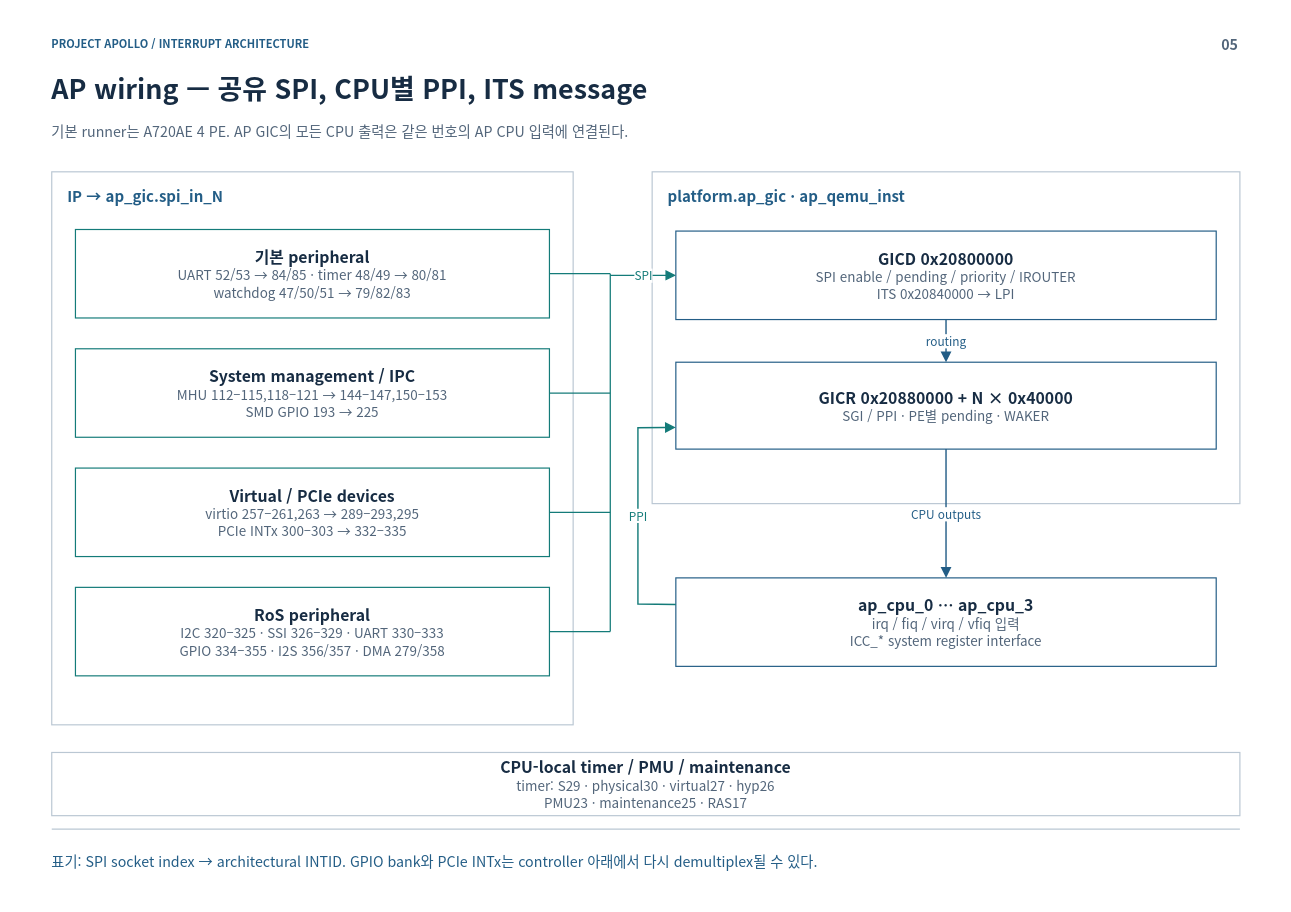
The draw.io diagram page "05-ap-wiring" (5 of 32) of doc/phase1/interrupt/apollo-interrupt-architecture.drawio in cometzero/project-apollo, before the edit. Source tidied: cells renumbered, new cells numbered last; positions are measured from the earlier drawing's top-left corner, leaving out a move shared by most shapes. Both pictures are drawn from the tidied source at 79%, with x=0, y=0 at pixel (13, 13).
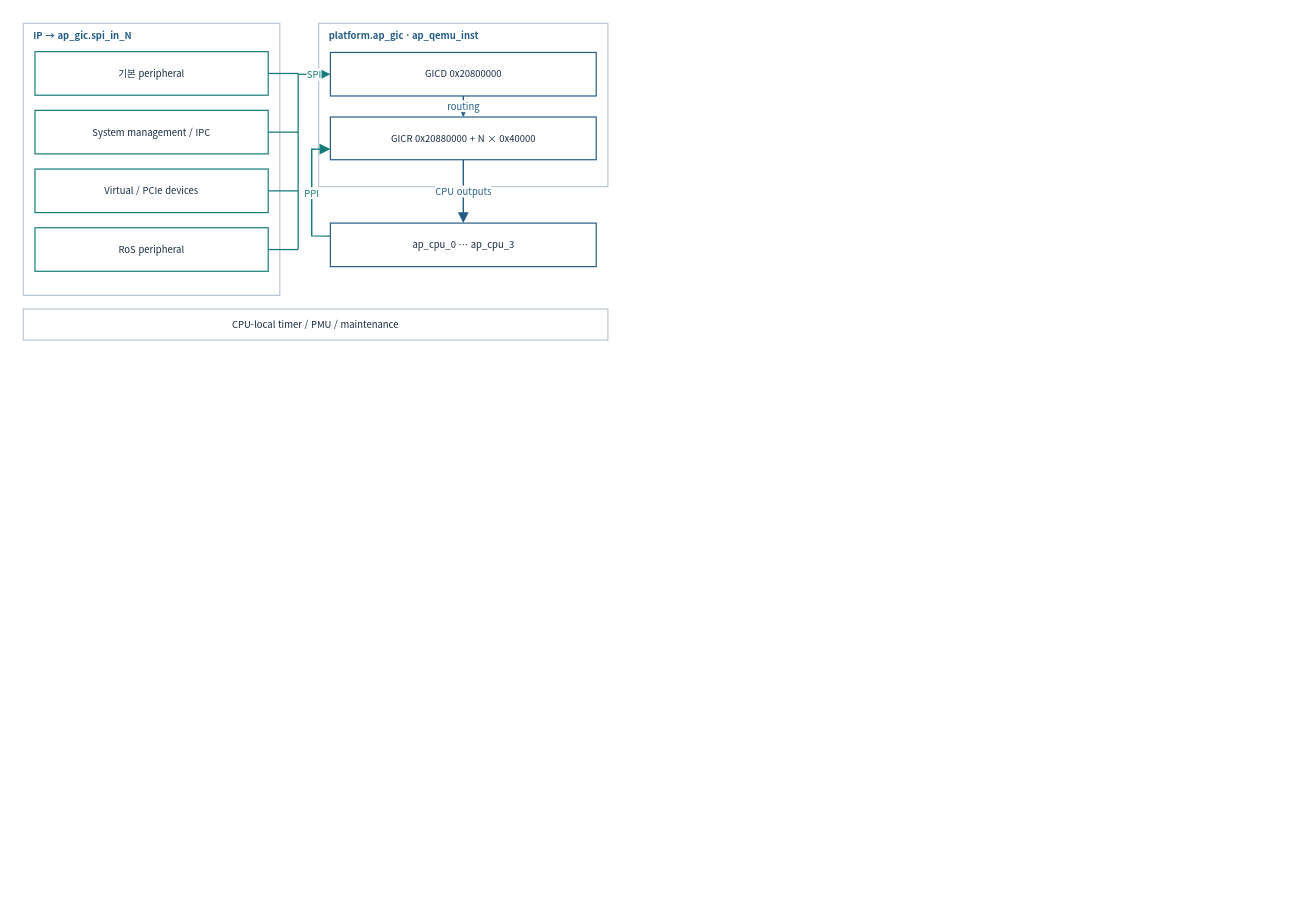
Above is the later version.

The edit, as a diff of the source:
```diff
@@
-    <mxCell id="2" style="rounded=0;whiteSpace=wrap;html=1;fillColor=#FFFFFF;strokeColor=none;strokeWidth=1.5;fontColor=#172C43;fontFamily=Noto Sans CJK KR;fontSize=18;spacing=14;" parent="1" vertex="1">
-      <mxGeometry width="1600" height="1120" as="geometry" />
-    </mxCell>
-    <mxCell id="3" value="PROJECT APOLLO  /  INTERRUPT ARCHITECTURE" style="rounded=0;whiteSpace=wrap;html=1;fillColor=#FFFFFF;strokeColor=none;strokeWidth=1.5;fontColor=#172C43;fontFamily=Noto Sans CJK KR;fontSize=18;spacing=14;fillColor=none;align=left;verticalAlign=middle;spacing=0;fontSize=14;fontColor=#235D86;fontStyle=1;" parent="1" vertex="1">
-      <mxGeometry x="48" y="26" width="1400" height="24" as="geometry" />
-    </mxCell>
-    <mxCell id="4" value="05" style="rounded=0;whiteSpace=wrap;html=1;fillColor=#FFFFFF;strokeColor=none;strokeWidth=1.5;fontColor=#172C43;fontFamily=Noto Sans CJK KR;fontSize=18;spacing=14;fillColor=none;align=right;verticalAlign=middle;spacing=0;fontSize=18;fontColor=#52657A;fontStyle=1;" parent="1" vertex="1">
-      <mxGeometry x="1485" y="23" width="65" height="30" as="geometry" />
-    </mxCell>
-    <mxCell id="5" value="AP wiring — 공유 SPI, CPU별 PPI, ITS message" style="rounded=0;whiteSpace=wrap;html=1;fillColor=#FFFFFF;strokeColor=none;strokeWidth=1.5;fontColor=#172C43;fontFamily=Noto Sans CJK KR;fontSize=18;spacing=14;fillColor=none;align=left;verticalAlign=middle;spacing=0;fontSize=34;fontColor=#172C43;fontStyle=1;" parent="1" vertex="1">
-      <mxGeometry x="48" y="67" width="1504" height="54" as="geometry" />
-    </mxCell>
-    <mxCell id="6" value="기본 runner는 A720AE 4 PE. AP GIC의 모든 CPU 출력은 같은 번호의 AP CPU 입력에 연결된다." style="rounded=0;whiteSpace=wrap;html=1;fillColor=#FFFFFF;strokeColor=none;strokeWidth=1.5;fontColor=#172C43;fontFamily=Noto Sans CJK KR;fontSize=18;spacing=14;fillColor=none;align=left;verticalAlign=middle;spacing=0;fontSize=18;fontColor=#52657A;" parent="1" vertex="1">
-      <mxGeometry x="48" y="127" width="1504" height="44" as="geometry" />
-    </mxCell>
-    <mxCell id="7" style="html=1;rounded=0;edgeStyle=none;endArrow=none;endSize=9;strokeColor=#BAC7D3;strokeWidth=1.6;fontColor=#BAC7D3;fontFamily=Noto Sans CJK KR;fontSize=15;labelBackgroundColor=#FFFFFF;" parent="1" edge="1">
-      <mxGeometry relative="1" as="geometry">
-        <mxPoint x="48" y="1032" as="sourcePoint" />
-        <mxPoint x="1552" y="1032" as="targetPoint" />
-      </mxGeometry>
-    </mxCell>
-    <mxCell id="8" value="표기: SPI socket index → architectural INTID. GPIO bank와 PCIe INTx는 controller 아래에서 다시 demultiplex될 수 있다." style="rounded=0;whiteSpace=wrap;html=1;fillColor=#FFFFFF;strokeColor=none;strokeWidth=1.5;fontColor=#172C43;fontFamily=Noto Sans CJK KR;fontSize=18;spacing=14;fillColor=none;align=left;verticalAlign=middle;spacing=0;fontSize=18;fontColor=#235D86;" parent="1" vertex="1">
-      <mxGeometry x="48" y="1046" width="1504" height="52" as="geometry" />
-    </mxCell>
-    <mxCell id="9" style="rounded=0;whiteSpace=wrap;html=1;fillColor=#FFFFFF;strokeColor=#BAC7D3;strokeWidth=1.5;fontColor=#172C43;fontFamily=Noto Sans CJK KR;fontSize=18;spacing=14;" parent="1" vertex="1">
-      <mxGeometry x="48" y="200" width="660" height="700" as="geometry" />
+    <mxCell id="9" style="rounded=0;whiteSpace=wrap;html=1;fillColor=#FFFFFF;strokeColor=#BAC7D3;strokeWidth=1.5;fontColor=#172C43;fontFamily=Noto Sans CJK KR;fontSize=12;spacing=3;whiteSpace=wrap;" parent="1" vertex="1">
+      <mxGeometry x="12" y="12" width="324.7" height="344.4" as="geometry" />
     </mxCell>
-    <mxCell id="10" value="IP → ap_gic.spi_in_N" style="rounded=0;whiteSpace=wrap;html=1;fillColor=#FFFFFF;strokeColor=none;strokeWidth=1.5;fontColor=#172C43;fontFamily=Noto Sans CJK KR;fontSize=18;spacing=14;fillColor=none;align=left;verticalAlign=middle;spacing=0;fontSize=19;fontColor=#235D86;fontStyle=1;" parent="1" vertex="1">
-      <mxGeometry x="68" y="215" width="620" height="32" as="geometry" />
+    <mxCell id="10" value="IP → ap_gic.spi_in_N" style="rounded=0;whiteSpace=wrap;html=1;fillColor=#FFFFFF;strokeColor=none;strokeWidth=1.5;fontColor=#172C43;fontFamily=Noto Sans CJK KR;fillColor=none;align=left;verticalAlign=middle;fontColor=#235D86;fontStyle=1;fontSize=12;spacing=3;whiteSpace=wrap;" parent="1" vertex="1">
+      <mxGeometry x="21.8" y="19.4" width="305.1" height="15.7" as="geometry" />
     </mxCell>
-    <mxCell id="11" value="&lt;b style=&quot;font-size:20px&quot;&gt;기본 peripheral&lt;/b&gt;&lt;br&gt;&lt;font color=&quot;#52657A&quot; style=&quot;font-size:17px&quot;&gt;UART 52/53 → 84/85 · timer 48/49 → 80/81&lt;br&gt;watchdog 47/50/51 → 79/82/83&lt;/font&gt;" style="rounded=0;whiteSpace=wrap;html=1;fillColor=#FFFFFF;strokeColor=#147B79;strokeWidth=1.5;fontColor=#172C43;fontFamily=Noto Sans CJK KR;fontSize=18;spacing=14;" parent="1" vertex="1">
-      <mxGeometry x="78" y="273" width="600" height="112" as="geometry" />
+    <mxCell id="11" value="기본 peripheral" style="rounded=0;whiteSpace=wrap;html=1;fillColor=#FFFFFF;strokeColor=#147B79;strokeWidth=1.5;fontColor=#172C43;fontFamily=Noto Sans CJK KR;fontSize=12;spacing=3;whiteSpace=wrap;" parent="1" vertex="1">
+      <mxGeometry x="26.8" y="47.9" width="295.2" height="55.1" as="geometry" />
     </mxCell>
-    <mxCell id="12" value="&lt;b style=&quot;font-size:20px&quot;&gt;System management / IPC&lt;/b&gt;&lt;br&gt;&lt;font color=&quot;#52657A&quot; style=&quot;font-size:17px&quot;&gt;MHU 112–115,118–121 → 144–147,150–153&lt;br&gt;SMD GPIO 193 → 225&lt;/font&gt;" style="rounded=0;whiteSpace=wrap;html=1;fillColor=#FFFFFF;strokeColor=#147B79;strokeWidth=1.5;fontColor=#172C43;fontFamily=Noto Sans CJK KR;fontSize=18;spacing=14;" parent="1" vertex="1">
-      <mxGeometry x="78" y="424" width="600" height="112" as="geometry" />
+    <mxCell id="12" value="System management / IPC" style="rounded=0;whiteSpace=wrap;html=1;fillColor=#FFFFFF;strokeColor=#147B79;strokeWidth=1.5;fontColor=#172C43;fontFamily=Noto Sans CJK KR;fontSize=12;spacing=3;whiteSpace=wrap;" parent="1" vertex="1">
+      <mxGeometry x="26.8" y="122.2" width="295.2" height="55.1" as="geometry" />
     </mxCell>
-    <mxCell id="13" value="&lt;b style=&quot;font-size:20px&quot;&gt;Virtual / PCIe devices&lt;/b&gt;&lt;br&gt;&lt;font color=&quot;#52657A&quot; style=&quot;font-size:17px&quot;&gt;virtio 257–261,263 → 289–293,295&lt;br&gt;PCIe INTx 300–303 → 332–335&lt;/font&gt;" style="rounded=0;whiteSpace=wrap;html=1;fillColor=#FFFFFF;strokeColor=#147B79;strokeWidth=1.5;fontColor=#172C43;fontFamily=Noto Sans CJK KR;fontSize=18;spacing=14;" parent="1" vertex="1">
-      <mxGeometry x="78" y="575" width="600" height="112" as="geometry" />
+    <mxCell id="13" value="Virtual / PCIe devices" style="rounded=0;whiteSpace=wrap;html=1;fillColor=#FFFFFF;strokeColor=#147B79;strokeWidth=1.5;fontColor=#172C43;fontFamily=Noto Sans CJK KR;fontSize=12;spacing=3;whiteSpace=wrap;" parent="1" vertex="1">
+      <mxGeometry x="26.8" y="196.5" width="295.2" height="55.1" as="geometry" />
     </mxCell>
-    <mxCell id="14" value="&lt;b style=&quot;font-size:20px&quot;&gt;RoS peripheral&lt;/b&gt;&lt;br&gt;&lt;font color=&quot;#52657A&quot; style=&quot;font-size:17px&quot;&gt;I2C 320–325 · SSI 326–329 · UART 330–333&lt;br&gt;GPIO 334–355 · I2S 356/357 · DMA 279/358&lt;/font&gt;" style="rounded=0;whiteSpace=wrap;html=1;fillColor=#FFFFFF;strokeColor=#147B79;strokeWidth=1.5;fontColor=#172C43;fontFamily=Noto Sans CJK KR;fontSize=18;spacing=14;" parent="1" vertex="1">
-      <mxGeometry x="78" y="726" width="600" height="112" as="geometry" />
+    <mxCell id="14" value="RoS peripheral" style="rounded=0;whiteSpace=wrap;html=1;fillColor=#FFFFFF;strokeColor=#147B79;strokeWidth=1.5;fontColor=#172C43;fontFamily=Noto Sans CJK KR;fontSize=12;spacing=3;whiteSpace=wrap;" parent="1" vertex="1">
+      <mxGeometry x="26.8" y="270.8" width="295.2" height="55.1" as="geometry" />
     </mxCell>
-    <mxCell id="15" style="rounded=0;whiteSpace=wrap;html=1;fillColor=#FFFFFF;strokeColor=#BAC7D3;strokeWidth=1.5;fontColor=#172C43;fontFamily=Noto Sans CJK KR;fontSize=18;spacing=14;" parent="1" vertex="1">
-      <mxGeometry x="808" y="200" width="744" height="420" as="geometry" />
+    <mxCell id="15" style="rounded=0;whiteSpace=wrap;html=1;fillColor=#FFFFFF;strokeColor=#BAC7D3;strokeWidth=1.5;fontColor=#172C43;fontFamily=Noto Sans CJK KR;fontSize=12;spacing=3;whiteSpace=wrap;" parent="1" vertex="1">
+      <mxGeometry x="385.9" y="12" width="366.1" height="206.7" as="geometry" />
     </mxCell>
-    <mxCell id="16" value="platform.ap_gic  ·  ap_qemu_inst" style="rounded=0;whiteSpace=wrap;html=1;fillColor=#FFFFFF;strokeColor=none;strokeWidth=1.5;fontColor=#172C43;fontFamily=Noto Sans CJK KR;fontSize=18;spacing=14;fillColor=none;align=left;verticalAlign=middle;spacing=0;fontSize=19;fontColor=#235D86;fontStyle=1;" parent="1" vertex="1">
-      <mxGeometry x="828" y="215" width="704" height="32" as="geometry" />
+    <mxCell id="16" value="platform.ap_gic  ·  ap_qemu_inst" style="rounded=0;whiteSpace=wrap;html=1;fillColor=#FFFFFF;strokeColor=none;strokeWidth=1.5;fontColor=#172C43;fontFamily=Noto Sans CJK KR;fillColor=none;align=left;verticalAlign=middle;fontColor=#235D86;fontStyle=1;fontSize=12;spacing=3;whiteSpace=wrap;" parent="1" vertex="1">
+      <mxGeometry x="395.8" y="19.4" width="346.4" height="15.7" as="geometry" />
     </mxCell>
-    <mxCell id="17" value="&lt;b style=&quot;font-size:20px&quot;&gt;GICD 0x20800000&lt;/b&gt;&lt;br&gt;&lt;font color=&quot;#52657A&quot; style=&quot;font-size:17px&quot;&gt;SPI enable / pending / priority / IROUTER&lt;br&gt;ITS 0x20840000 → LPI&lt;/font&gt;" style="rounded=0;whiteSpace=wrap;html=1;fillColor=#FFFFFF;strokeColor=#235D86;strokeWidth=1.5;fontColor=#172C43;fontFamily=Noto Sans CJK KR;fontSize=18;spacing=14;" parent="1" vertex="1">
-      <mxGeometry x="838" y="275" width="684" height="112" as="geometry" />
+    <mxCell id="17" value="GICD 0x20800000" style="rounded=0;whiteSpace=wrap;html=1;fillColor=#FFFFFF;strokeColor=#235D86;strokeWidth=1.5;fontColor=#172C43;fontFamily=Noto Sans CJK KR;fontSize=12;spacing=3;whiteSpace=wrap;" parent="1" vertex="1">
+      <mxGeometry x="400.7" y="48.9" width="336.5" height="55.1" as="geometry" />
     </mxCell>
-    <mxCell id="18" value="&lt;b style=&quot;font-size:20px&quot;&gt;GICR 0x20880000 + N × 0x40000&lt;/b&gt;&lt;br&gt;&lt;font color=&quot;#52657A&quot; style=&quot;font-size:17px&quot;&gt;SGI / PPI · PE별 pending · WAKER&lt;/font&gt;" style="rounded=0;whiteSpace=wrap;html=1;fillColor=#FFFFFF;strokeColor=#235D86;strokeWidth=1.5;fontColor=#172C43;fontFamily=Noto Sans CJK KR;fontSize=18;spacing=14;" parent="1" vertex="1">
-      <mxGeometry x="838" y="441" width="684" height="110" as="geometry" />
+    <mxCell id="18" value="GICR 0x20880000 + N × 0x40000" style="rounded=0;whiteSpace=wrap;html=1;fillColor=#FFFFFF;strokeColor=#235D86;strokeWidth=1.5;fontColor=#172C43;fontFamily=Noto Sans CJK KR;fontSize=12;spacing=3;whiteSpace=wrap;" parent="1" vertex="1">
+      <mxGeometry x="400.7" y="130.6" width="336.5" height="54.1" as="geometry" />
     </mxCell>
-    <mxCell id="19" style="html=1;rounded=0;edgeStyle=none;endArrow=none;endSize=9;strokeColor=#147B79;strokeWidth=1.6;fontColor=#147B79;fontFamily=Noto Sans CJK KR;fontSize=15;labelBackgroundColor=#FFFFFF;" parent="1" edge="1">
+    <mxCell id="19" style="html=1;rounded=0;edgeStyle=none;endArrow=none;endSize=9;strokeColor=#147B79;strokeWidth=1.6;fontColor=#147B79;fontFamily=Noto Sans CJK KR;labelBackgroundColor=#FFFFFF;fontSize=12;spacing=3;whiteSpace=nowrap;" parent="1" edge="1">
       <mxGeometry relative="1" as="geometry">
-        <mxPoint x="755" y="329" as="sourcePoint" />
-        <mxPoint x="755" y="782" as="targetPoint" />
+        <mxPoint x="359.9" y="75.5" as="sourcePoint" />
+        <mxPoint x="359.9" y="298.4" as="targetPoint" />
       </mxGeometry>
     </mxCell>
-    <mxCell id="20" style="html=1;rounded=0;edgeStyle=none;endArrow=none;endSize=9;strokeColor=#147B79;strokeWidth=1.6;fontColor=#147B79;fontFamily=Noto Sans CJK KR;fontSize=15;labelBackgroundColor=#FFFFFF;" parent="1" edge="1">
+    <mxCell id="20" style="html=1;rounded=0;edgeStyle=none;endArrow=none;endSize=9;strokeColor=#147B79;strokeWidth=1.6;fontColor=#147B79;fontFamily=Noto Sans CJK KR;labelBackgroundColor=#FFFFFF;fontSize=12;spacing=3;whiteSpace=nowrap;" parent="1" edge="1">
       <mxGeometry relative="1" as="geometry">
-        <mxPoint x="678" y="329" as="sourcePoint" />
-        <mxPoint x="755" y="329" as="targetPoint" />
+        <mxPoint x="322" y="75.5" as="sourcePoint" />
+        <mxPoint x="359.9" y="75.5" as="targetPoint" />
       </mxGeometry>
     </mxCell>
-    <mxCell id="21" style="html=1;rounded=0;edgeStyle=none;endArrow=none;endSize=9;strokeColor=#147B79;strokeWidth=1.6;fontColor=#147B79;fontFamily=Noto Sans CJK KR;fontSize=15;labelBackgroundColor=#FFFFFF;" parent="1" edge="1">
+    <mxCell id="21" style="html=1;rounded=0;edgeStyle=none;endArrow=none;endSize=9;strokeColor=#147B79;strokeWidth=1.6;fontColor=#147B79;fontFamily=Noto Sans CJK KR;labelBackgroundColor=#FFFFFF;fontSize=12;spacing=3;whiteSpace=nowrap;" parent="1" edge="1">
       <mxGeometry relative="1" as="geometry">
-        <mxPoint x="678" y="480" as="sourcePoint" />
-        <mxPoint x="755" y="480" as="targetPoint" />
+        <mxPoint x="322" y="149.8" as="sourcePoint" />
+        <mxPoint x="359.9" y="149.8" as="targetPoint" />
       </mxGeometry>
     </mxCell>
-    <mxCell id="22" style="html=1;rounded=0;edgeStyle=none;endArrow=none;endSize=9;strokeColor=#147B79;strokeWidth=1.6;fontColor=#147B79;fontFamily=Noto Sans CJK KR;fontSize=15;labelBackgroundColor=#FFFFFF;" parent="1" edge="1">
+    <mxCell id="22" style="html=1;rounded=0;edgeStyle=none;endArrow=none;endSize=9;strokeColor=#147B79;strokeWidth=1.6;fontColor=#147B79;fontFamily=Noto Sans CJK KR;labelBackgroundColor=#FFFFFF;fontSize=12;spacing=3;whiteSpace=nowrap;" parent="1" edge="1">
       <mxGeometry relative="1" as="geometry">
-        <mxPoint x="678" y="631" as="sourcePoint" />
-        <mxPoint x="755" y="631" as="targetPoint" />
+        <mxPoint x="322" y="224.1" as="sourcePoint" />
+        <mxPoint x="359.9" y="224.1" as="targetPoint" />
       </mxGeometry>
     </mxCell>
-    <mxCell id="23" style="html=1;rounded=0;edgeStyle=none;endArrow=none;endSize=9;strokeColor=#147B79;strokeWidth=1.6;fontColor=#147B79;fontFamily=Noto Sans CJK KR;fontSize=15;labelBackgroundColor=#FFFFFF;" parent="1" edge="1">
+    <mxCell id="23" style="html=1;rounded=0;edgeStyle=none;endArrow=none;endSize=9;strokeColor=#147B79;strokeWidth=1.6;fontColor=#147B79;fontFamily=Noto Sans CJK KR;labelBackgroundColor=#FFFFFF;fontSize=12;spacing=3;whiteSpace=nowrap;" parent="1" edge="1">
       <mxGeometry relative="1" as="geometry">
-        <mxPoint x="678" y="782" as="sourcePoint" />
-        <mxPoint x="755" y="782" as="targetPoint" />
+        <mxPoint x="322" y="298.4" as="sourcePoint" />
+        <mxPoint x="359.9" y="298.4" as="targetPoint" />
       </mxGeometry>
     </mxCell>
-    <mxCell id="24" value="SPI" style="html=1;rounded=0;edgeStyle=none;endArrow=block;endSize=9;strokeColor=#147B79;strokeWidth=1.6;fontColor=#147B79;fontFamily=Noto Sans CJK KR;fontSize=15;labelBackgroundColor=#FFFFFF;" parent="1" edge="1">
+    <mxCell id="24" value="SPI" style="html=1;rounded=0;edgeStyle=none;endArrow=block;endSize=9;strokeColor=#147B79;strokeWidth=1.6;fontColor=#147B79;fontFamily=Noto Sans CJK KR;labelBackgroundColor=#FFFFFF;fontSize=12;spacing=3;whiteSpace=nowrap;" parent="1" edge="1">
       <mxGeometry relative="1" as="geometry">
-        <mxPoint x="755" y="331" as="sourcePoint" />
-        <mxPoint x="838" y="331" as="targetPoint" />
+        <mxPoint x="359.9" y="76.5" as="sourcePoint" />
+        <mxPoint x="400.7" y="76.5" as="targetPoint" />
       </mxGeometry>
     </mxCell>
-    <mxCell id="25" value="&lt;b style=&quot;font-size:20px&quot;&gt;ap_cpu_0 … ap_cpu_3&lt;/b&gt;&lt;br&gt;&lt;font color=&quot;#52657A&quot; style=&quot;font-size:17px&quot;&gt;irq / fiq / virq / vfiq 입력&lt;br&gt;ICC_* system register interface&lt;/font&gt;" style="rounded=0;whiteSpace=wrap;html=1;fillColor=#FFFFFF;strokeColor=#235D86;strokeWidth=1.5;fontColor=#172C43;fontFamily=Noto Sans CJK KR;fontSize=18;spacing=14;" parent="1" vertex="1">
-      <mxGeometry x="838" y="714" width="684" height="112" as="geometry" />
+    <mxCell id="25" value="ap_cpu_0 … ap_cpu_3" style="rounded=0;whiteSpace=wrap;html=1;fillColor=#FFFFFF;strokeColor=#235D86;strokeWidth=1.5;fontColor=#172C43;fontFamily=Noto Sans CJK KR;fontSize=12;spacing=3;whiteSpace=wrap;" parent="1" vertex="1">
+      <mxGeometry x="400.7" y="264.9" width="336.5" height="55.1" as="geometry" />
     </mxCell>
-    <mxCell id="26" value="CPU outputs" style="html=1;whiteSpace=nowrap;rounded=0;edgeStyle=none;endArrow=block;endFill=1;endSize=9;strokeColor=#235D86;strokeWidth=1.8;fontColor=#235D86;fontFamily=Noto Sans CJK KR;fontSize=15;labelBackgroundColor=#FFFFFF;exitX=0.5;exitY=1;exitDx=0;exitDy=0;entryX=0.5;entryY=0;entryDx=0;entryDy=0;" parent="1" edge="1" source="18" target="25">
+    <mxCell id="26" value="CPU outputs" style="html=1;rounded=0;edgeStyle=none;endArrow=block;endFill=1;endSize=9;strokeColor=#235D86;strokeWidth=1.8;fontColor=#235D86;fontFamily=Noto Sans CJK KR;labelBackgroundColor=#FFFFFF;exitX=0.5;exitY=1;exitDx=0;exitDy=0;entryX=0.5;entryY=0;entryDx=0;entryDy=0;fontSize=12;spacing=3;whiteSpace=nowrap;" parent="1" edge="1" source="18" target="25">
       <mxGeometry relative="1" as="geometry" />
     </mxCell>
-    <mxCell id="27" value="routing" style="html=1;whiteSpace=nowrap;rounded=0;edgeStyle=none;endArrow=block;endFill=1;endSize=9;strokeColor=#235D86;strokeWidth=1.8;fontColor=#235D86;fontFamily=Noto Sans CJK KR;fontSize=15;labelBackgroundColor=#FFFFFF;exitX=0.5;exitY=1;exitDx=0;exitDy=0;entryX=0.5;entryY=0;entryDx=0;entryDy=0;" parent="1" edge="1" source="17" target="18">
+    <mxCell id="27" value="routing" style="html=1;rounded=0;edgeStyle=none;endArrow=block;endFill=1;endSize=9;strokeColor=#235D86;strokeWidth=1.8;fontColor=#235D86;fontFamily=Noto Sans CJK KR;labelBackgroundColor=#FFFFFF;exitX=0.5;exitY=1;exitDx=0;exitDy=0;entryX=0.5;entryY=0;entryDx=0;entryDy=0;fontSize=12;spacing=3;whiteSpace=nowrap;" parent="1" edge="1" source="17" target="18">
       <mxGeometry relative="1" as="geometry" />
     </mxCell>
-    <mxCell id="28" value="PPI" style="html=1;whiteSpace=nowrap;rounded=0;edgeStyle=none;endArrow=block;endFill=1;endSize=9;strokeColor=#147B79;strokeWidth=1.8;fontColor=#147B79;fontFamily=Noto Sans CJK KR;fontSize=15;labelBackgroundColor=#FFFFFF;exitX=0;exitY=0.3;exitDx=0;exitDy=0;entryX=0;entryY=0.75;entryDx=0;entryDy=0;" parent="1" edge="1" source="25" target="18">
+    <mxCell id="28" value="PPI" style="html=1;rounded=0;edgeStyle=none;endArrow=block;endFill=1;endSize=9;strokeColor=#147B79;strokeWidth=1.8;fontColor=#147B79;fontFamily=Noto Sans CJK KR;labelBackgroundColor=#FFFFFF;exitX=0;exitY=0.3;exitDx=0;exitDy=0;entryX=0;entryY=0.75;entryDx=0;entryDy=0;fontSize=12;spacing=3;whiteSpace=nowrap;" parent="1" edge="1" source="25" target="18">
       <mxGeometry relative="1" as="geometry">
         <Array as="points">
-          <mxPoint x="790" y="747" />
-          <mxPoint x="790" y="524" />
+          <mxPoint x="377.1" y="281.1" />
+          <mxPoint x="377.1" y="171.4" />
         </Array>
       </mxGeometry>
     </mxCell>
-    <mxCell id="29" value="&lt;b style=&quot;font-size:20px&quot;&gt;CPU-local timer / PMU / maintenance&lt;/b&gt;&lt;br&gt;&lt;font color=&quot;#52657A&quot; style=&quot;font-size:17px&quot;&gt;timer: S29 · physical30 · virtual27 · hyp26&lt;br&gt;PMU23 · maintenance25 · RAS17&lt;/font&gt;" style="rounded=0;whiteSpace=wrap;html=1;fillColor=#FFFFFF;strokeColor=#BAC7D3;strokeWidth=1.5;fontColor=#172C43;fontFamily=Noto Sans CJK KR;fontSize=18;spacing=14;" parent="1" vertex="1">
-      <mxGeometry x="48" y="935" width="1504" height="80" as="geometry" />
+    <mxCell id="29" value="CPU-local timer / PMU / maintenance" style="rounded=0;whiteSpace=wrap;html=1;fillColor=#FFFFFF;strokeColor=#BAC7D3;strokeWidth=1.5;fontColor=#172C43;fontFamily=Noto Sans CJK KR;fontSize=12;spacing=3;whiteSpace=wrap;" parent="1" vertex="1">
+      <mxGeometry x="12" y="373.6" width="740" height="39.4" as="geometry" />
     </mxCell>
```
